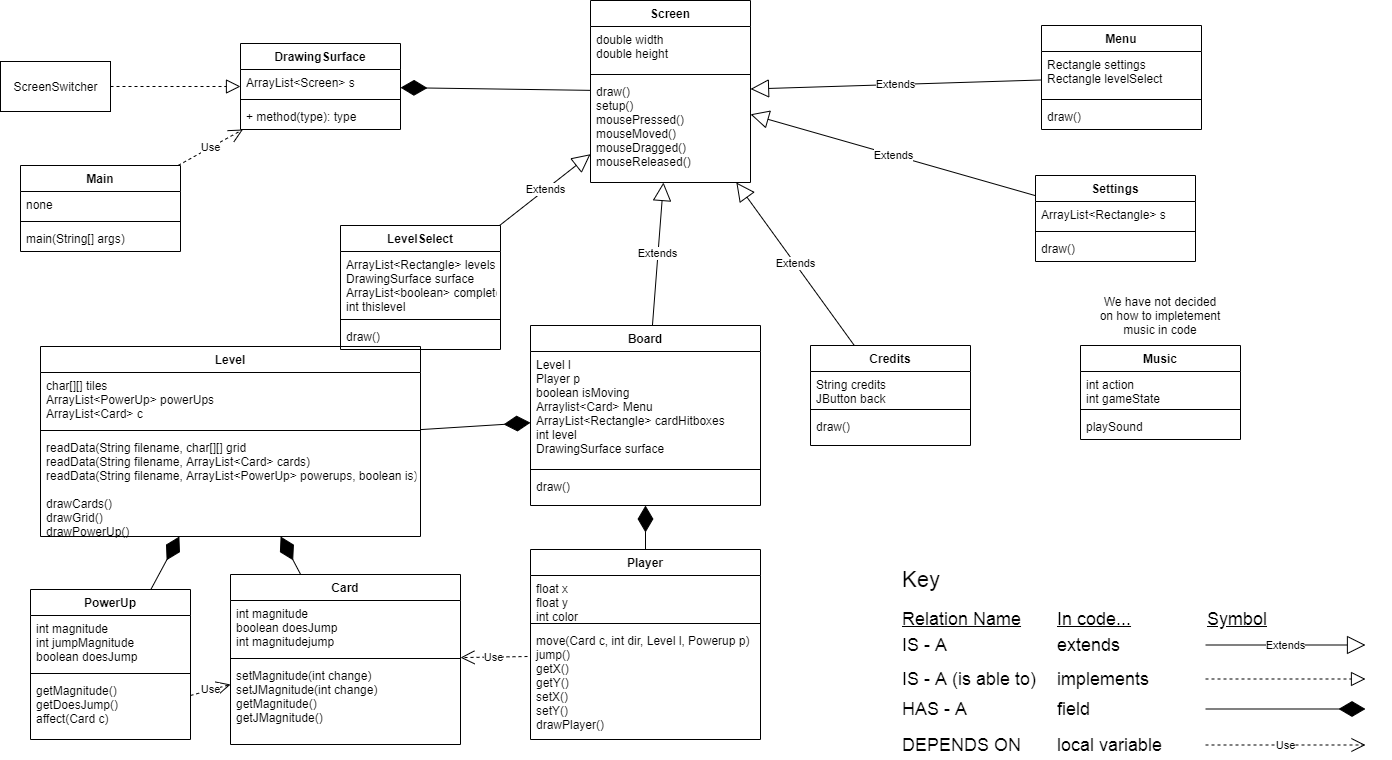
Above: MiniGolf/doc/Mini Golf UML.png in HHSAPCompSci2020/capstone-project-asp (draw.io), before the change. Source tidied: cells renumbered, new cells last; positions are measured from the earlier drawing's top-left corner, leaving out a move shared by most shapes.
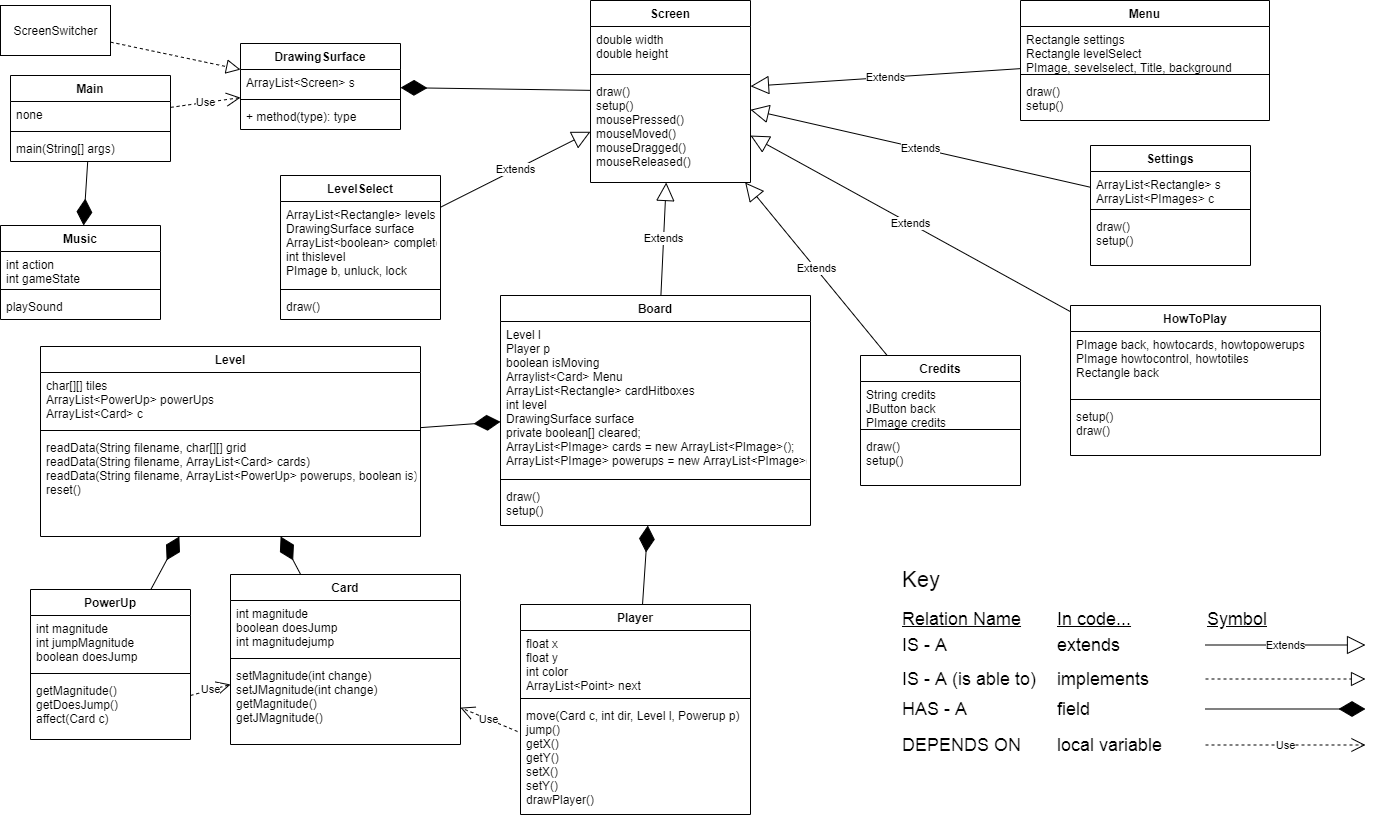
The same file after the commit.

The edit, as a diff of the source:
```diff
@@ -3,16 +3,16 @@
     <mxCell id="0" />
     <mxCell id="1" parent="0" />
     <mxCell id="2" value="Menu" style="swimlane;fontStyle=1;align=center;verticalAlign=top;horizontal=1;startSize=26;" parent="1" vertex="1">
-      <mxGeometry x="1041" y="25" width="160" height="104" as="geometry" />
+      <mxGeometry x="1020" width="249" height="120" as="geometry" />
     </mxCell>
-    <mxCell id="3" value="Rectangle settings&#10;Rectangle levelSelect" style="text;strokeColor=none;fillColor=none;align=left;verticalAlign=top;spacingLeft=4;spacingRight=4;overflow=hidden;" parent="2" vertex="1">
-      <mxGeometry y="26" width="160" height="44" as="geometry" />
+    <mxCell id="3" value="Rectangle settings&#10;Rectangle levelSelect&#10;PImage, sevelselect, Title, background" style="text;strokeColor=none;fillColor=none;align=left;verticalAlign=top;spacingLeft=4;spacingRight=4;overflow=hidden;" parent="2" vertex="1">
+      <mxGeometry y="26" width="249" height="44" as="geometry" />
     </mxCell>
     <mxCell id="4" style="line;strokeWidth=1;fillColor=none;align=left;verticalAlign=middle;spacingTop=-1;spacingLeft=3;spacingRight=3;labelPosition=right;" parent="2" vertex="1">
-      <mxGeometry y="70" width="160" height="8" as="geometry" />
+      <mxGeometry y="70" width="249" height="8" as="geometry" />
     </mxCell>
-    <mxCell id="5" value="draw()" style="text;strokeColor=none;fillColor=none;align=left;verticalAlign=top;spacingLeft=4;spacingRight=4;overflow=hidden;" parent="2" vertex="1">
-      <mxGeometry y="78" width="160" height="26" as="geometry" />
+    <mxCell id="5" value="draw()&#10;setup()" style="text;strokeColor=none;fillColor=none;align=left;verticalAlign=top;spacingLeft=4;spacingRight=4;overflow=hidden;" parent="2" vertex="1">
+      <mxGeometry y="78" width="249" height="42" as="geometry" />
     </mxCell>
     <mxCell id="6" value="Level" style="swimlane;fontStyle=1;align=center;verticalAlign=top;horizontal=1;startSize=26;" parent="1" vertex="1">
       <mxGeometry x="40" y="346" width="380" height="190" as="geometry" />
@@ -23,11 +23,11 @@
     <mxCell id="8" style="line;strokeWidth=1;fillColor=none;align=left;verticalAlign=middle;spacingTop=-1;spacingLeft=3;spacingRight=3;labelPosition=right;" parent="6" vertex="1">
       <mxGeometry y="80" width="380" height="8" as="geometry" />
     </mxCell>
-    <mxCell id="9" value="readData(String filename, char[][] grid&#10;readData(String filename, ArrayList&lt;Card&gt; cards)&#10;readData(String filename, ArrayList&lt;PowerUp&gt; powerups, boolean is)&#10;&#10;drawCards()&#10;drawGrid()&#10;drawPowerUp()" style="text;strokeColor=none;fillColor=none;align=left;verticalAlign=top;spacingLeft=4;spacingRight=4;overflow=hidden;" parent="6" vertex="1">
+    <mxCell id="9" value="readData(String filename, char[][] grid&#10;readData(String filename, ArrayList&lt;Card&gt; cards)&#10;readData(String filename, ArrayList&lt;PowerUp&gt; powerups, boolean is)&#10;reset()" style="text;strokeColor=none;fillColor=none;align=left;verticalAlign=top;spacingLeft=4;spacingRight=4;overflow=hidden;" parent="6" vertex="1">
       <mxGeometry y="88" width="380" height="102" as="geometry" />
     </mxCell>
     <mxCell id="10" value="Music" style="swimlane;fontStyle=1;align=center;verticalAlign=top;horizontal=1;startSize=26;" parent="1" vertex="1">
-      <mxGeometry x="1080" y="345" width="160" height="94" as="geometry" />
+      <mxGeometry y="225" width="160" height="94" as="geometry" />
     </mxCell>
     <mxCell id="11" value="int action&#10;int gameState" style="text;strokeColor=none;fillColor=none;align=left;verticalAlign=top;spacingLeft=4;spacingRight=4;overflow=hidden;" parent="10" vertex="1">
       <mxGeometry y="26" width="160" height="34" as="geometry" />
@@ -39,52 +39,52 @@
       <mxGeometry y="68" width="160" height="26" as="geometry" />
     </mxCell>
     <mxCell id="14" value="Board" style="swimlane;fontStyle=1;align=center;verticalAlign=top;horizontal=1;startSize=26;" parent="1" vertex="1">
-      <mxGeometry x="530" y="325" width="230" height="180" as="geometry" />
+      <mxGeometry x="500" y="295" width="310" height="230" as="geometry" />
     </mxCell>
-    <mxCell id="15" value="Level l&#10;Player p&#10;boolean isMoving&#10;Arraylist&lt;Card&gt; Menu&#10;ArrayList&lt;Rectangle&gt; cardHitboxes&#10;int level&#10;DrawingSurface surface" style="text;strokeColor=none;fillColor=none;align=left;verticalAlign=top;spacingLeft=4;spacingRight=4;overflow=hidden;" parent="14" vertex="1">
-      <mxGeometry y="26" width="230" height="114" as="geometry" />
+    <mxCell id="15" value="Level l&#10;Player p&#10;boolean isMoving&#10;Arraylist&lt;Card&gt; Menu&#10;ArrayList&lt;Rectangle&gt; cardHitboxes&#10;int level&#10;DrawingSurface surface&#10;private boolean[] cleared;&#10;ArrayList&lt;PImage&gt; cards = new ArrayList&lt;PImage&gt;();&#10;ArrayList&lt;PImage&gt; powerups = new ArrayList&lt;PImage&gt;();" style="text;strokeColor=none;fillColor=none;align=left;verticalAlign=top;spacingLeft=4;spacingRight=4;overflow=hidden;" parent="14" vertex="1">
+      <mxGeometry y="26" width="310" height="154" as="geometry" />
     </mxCell>
     <mxCell id="16" style="line;strokeWidth=1;fillColor=none;align=left;verticalAlign=middle;spacingTop=-1;spacingLeft=3;spacingRight=3;labelPosition=right;" parent="14" vertex="1">
-      <mxGeometry y="140" width="230" height="8" as="geometry" />
+      <mxGeometry y="180" width="310" height="8" as="geometry" />
     </mxCell>
-    <mxCell id="17" value="draw()&#10;" style="text;strokeColor=none;fillColor=none;align=left;verticalAlign=top;spacingLeft=4;spacingRight=4;overflow=hidden;" parent="14" vertex="1">
-      <mxGeometry y="148" width="230" height="32" as="geometry" />
+    <mxCell id="17" value="draw()&#10;setup()" style="text;strokeColor=none;fillColor=none;align=left;verticalAlign=top;spacingLeft=4;spacingRight=4;overflow=hidden;" parent="14" vertex="1">
+      <mxGeometry y="188" width="310" height="42" as="geometry" />
     </mxCell>
     <mxCell id="18" value="Credits" style="swimlane;fontStyle=1;align=center;verticalAlign=top;horizontal=1;startSize=26;" parent="1" vertex="1">
-      <mxGeometry x="810" y="345" width="160" height="100" as="geometry" />
+      <mxGeometry x="860" y="355" width="160" height="130" as="geometry" />
     </mxCell>
-    <mxCell id="19" value="String credits&#10;JButton back" style="text;strokeColor=none;fillColor=none;align=left;verticalAlign=top;spacingLeft=4;spacingRight=4;overflow=hidden;" parent="18" vertex="1">
-      <mxGeometry y="26" width="160" height="34" as="geometry" />
+    <mxCell id="19" value="String credits&#10;JButton back&#10;PImage credits" style="text;strokeColor=none;fillColor=none;align=left;verticalAlign=top;spacingLeft=4;spacingRight=4;overflow=hidden;" parent="18" vertex="1">
+      <mxGeometry y="26" width="160" height="44" as="geometry" />
     </mxCell>
     <mxCell id="20" style="line;strokeWidth=1;fillColor=none;align=left;verticalAlign=middle;spacingTop=-1;spacingLeft=3;spacingRight=3;labelPosition=right;" parent="18" vertex="1">
-      <mxGeometry y="60" width="160" height="8" as="geometry" />
+      <mxGeometry y="70" width="160" height="8" as="geometry" />
     </mxCell>
-    <mxCell id="21" value="draw()" style="text;strokeColor=none;fillColor=none;align=left;verticalAlign=top;spacingLeft=4;spacingRight=4;overflow=hidden;" parent="18" vertex="1">
-      <mxGeometry y="68" width="160" height="32" as="geometry" />
+    <mxCell id="21" value="draw()&#10;setup()" style="text;strokeColor=none;fillColor=none;align=left;verticalAlign=top;spacingLeft=4;spacingRight=4;overflow=hidden;" parent="18" vertex="1">
+      <mxGeometry y="78" width="160" height="52" as="geometry" />
     </mxCell>
     <mxCell id="22" value="Settings" style="swimlane;fontStyle=1;align=center;verticalAlign=top;horizontal=1;startSize=26;" parent="1" vertex="1">
-      <mxGeometry x="1035" y="175" width="160" height="86" as="geometry" />
+      <mxGeometry x="1090" y="145" width="160" height="120" as="geometry" />
     </mxCell>
-    <mxCell id="23" value="ArrayList&lt;Rectangle&gt; s" style="text;strokeColor=none;fillColor=none;align=left;verticalAlign=top;spacingLeft=4;spacingRight=4;overflow=hidden;" parent="22" vertex="1">
-      <mxGeometry y="26" width="160" height="26" as="geometry" />
+    <mxCell id="23" value="ArrayList&lt;Rectangle&gt; s&#10;ArrayList&lt;PImages&gt; c" style="text;strokeColor=none;fillColor=none;align=left;verticalAlign=top;spacingLeft=4;spacingRight=4;overflow=hidden;" parent="22" vertex="1">
+      <mxGeometry y="26" width="160" height="34" as="geometry" />
     </mxCell>
     <mxCell id="24" style="line;strokeWidth=1;fillColor=none;align=left;verticalAlign=middle;spacingTop=-1;spacingLeft=3;spacingRight=3;labelPosition=right;" parent="22" vertex="1">
-      <mxGeometry y="52" width="160" height="8" as="geometry" />
+      <mxGeometry y="60" width="160" height="8" as="geometry" />
     </mxCell>
-    <mxCell id="25" value="draw()" style="text;strokeColor=none;fillColor=none;align=left;verticalAlign=top;spacingLeft=4;spacingRight=4;overflow=hidden;" parent="22" vertex="1">
-      <mxGeometry y="60" width="160" height="26" as="geometry" />
+    <mxCell id="25" value="draw()&#10;setup()" style="text;strokeColor=none;fillColor=none;align=left;verticalAlign=top;spacingLeft=4;spacingRight=4;overflow=hidden;" parent="22" vertex="1">
+      <mxGeometry y="68" width="160" height="52" as="geometry" />
     </mxCell>
     <mxCell id="26" value="Player" style="swimlane;fontStyle=1;align=center;verticalAlign=top;horizontal=1;startSize=26;" parent="1" vertex="1">
-      <mxGeometry x="530" y="549" width="230" height="190" as="geometry" />
+      <mxGeometry x="520" y="604" width="230" height="210" as="geometry" />
     </mxCell>
-    <mxCell id="27" value="float x&#10;float y&#10;int color" style="text;strokeColor=none;fillColor=none;align=left;verticalAlign=top;spacingLeft=4;spacingRight=4;overflow=hidden;" parent="26" vertex="1">
-      <mxGeometry y="26" width="230" height="44" as="geometry" />
+    <mxCell id="27" value="float x&#10;float y&#10;int color&#10;ArrayList&lt;Point&gt; next" style="text;strokeColor=none;fillColor=none;align=left;verticalAlign=top;spacingLeft=4;spacingRight=4;overflow=hidden;" parent="26" vertex="1">
+      <mxGeometry y="26" width="230" height="64" as="geometry" />
     </mxCell>
     <mxCell id="28" style="line;strokeWidth=1;fillColor=none;align=left;verticalAlign=middle;spacingTop=-1;spacingLeft=3;spacingRight=3;labelPosition=right;" parent="26" vertex="1">
-      <mxGeometry y="70" width="230" height="8" as="geometry" />
+      <mxGeometry y="90" width="230" height="8" as="geometry" />
     </mxCell>
     <mxCell id="29" value="move(Card c, int dir, Level l, Powerup p)&#10;jump()&#10;getX()&#10;getY()&#10;setX()&#10;setY()&#10;drawPlayer()" style="text;strokeColor=none;fillColor=none;align=left;verticalAlign=top;spacingLeft=4;spacingRight=4;overflow=hidden;points=[[0,0.5],[1,0.5]];portConstraint=eastwest;" parent="26" vertex="1">
-      <mxGeometry y="78" width="230" height="112" as="geometry" />
+      <mxGeometry y="98" width="230" height="112" as="geometry" />
     </mxCell>
     <mxCell id="30" value="Card" style="swimlane;fontStyle=1;align=center;verticalAlign=top;horizontal=1;startSize=26;" parent="1" vertex="1">
       <mxGeometry x="230" y="574" width="230" height="170" as="geometry" />
@@ -111,7 +111,7 @@
       <mxGeometry y="88" width="160" height="62" as="geometry" />
     </mxCell>
     <mxCell id="38" value="Main" style="swimlane;fontStyle=1;align=center;verticalAlign=top;horizontal=1;startSize=26;" parent="1" vertex="1">
-      <mxGeometry x="20" y="165" width="160" height="86" as="geometry" />
+      <mxGeometry x="10" y="75" width="160" height="86" as="geometry" />
     </mxCell>
     <mxCell id="39" value="none" style="text;strokeColor=none;fillColor=none;align=left;verticalAlign=top;spacingLeft=4;spacingRight=4;overflow=hidden;" parent="38" vertex="1">
       <mxGeometry y="26" width="160" height="26" as="geometry" />
@@ -123,7 +123,7 @@
       <mxGeometry y="60" width="160" height="26" as="geometry" />
     </mxCell>
     <mxCell id="42" value="ScreenSwitcher" style="html=1;" parent="1" vertex="1">
-      <mxGeometry y="61" width="110" height="50" as="geometry" />
+      <mxGeometry y="5" width="110" height="50" as="geometry" />
     </mxCell>
     <mxCell id="43" style="endArrow=diamondThin;endFill=1;endSize=24;html=1;" parent="1" edge="1" source="30" target="6">
       <mxGeometry relative="1" as="geometry" />
@@ -195,16 +195,16 @@
       <mxGeometry relative="1" as="geometry" />
     </mxCell>
     <mxCell id="62" value="LevelSelect" style="swimlane;fontStyle=1;align=center;verticalAlign=top;horizontal=1;startSize=26;" parent="1" vertex="1">
-      <mxGeometry x="340" y="225" width="160" height="124" as="geometry" />
+      <mxGeometry x="280" y="175" width="160" height="144" as="geometry" />
     </mxCell>
-    <mxCell id="63" value="ArrayList&lt;Rectangle&gt; levels&#10;DrawingSurface surface&#10;ArrayList&lt;boolean&gt; completed&#10;int thislevel" style="text;strokeColor=none;fillColor=none;align=left;verticalAlign=top;spacingLeft=4;spacingRight=4;overflow=hidden;" parent="62" vertex="1">
-      <mxGeometry y="26" width="160" height="64" as="geometry" />
+    <mxCell id="63" value="ArrayList&lt;Rectangle&gt; levels&#10;DrawingSurface surface&#10;ArrayList&lt;boolean&gt; completed&#10;int thislevel&#10;PImage b, unluck, lock&#10;" style="text;strokeColor=none;fillColor=none;align=left;verticalAlign=top;spacingLeft=4;spacingRight=4;overflow=hidden;" parent="62" vertex="1">
+      <mxGeometry y="26" width="160" height="84" as="geometry" />
     </mxCell>
     <mxCell id="64" style="line;strokeWidth=1;fillColor=none;align=left;verticalAlign=middle;spacingTop=-1;spacingLeft=3;spacingRight=3;labelPosition=right;" parent="62" vertex="1">
-      <mxGeometry y="90" width="160" height="8" as="geometry" />
+      <mxGeometry y="110" width="160" height="8" as="geometry" />
     </mxCell>
     <mxCell id="65" value="draw()" style="text;strokeColor=none;fillColor=none;align=left;verticalAlign=top;spacingLeft=4;spacingRight=4;overflow=hidden;" parent="62" vertex="1">
-      <mxGeometry y="98" width="160" height="26" as="geometry" />
+      <mxGeometry y="118" width="160" height="26" as="geometry" />
     </mxCell>
     <mxCell id="66" value="Use" style="endArrow=open;endSize=12;dashed=1;html=1;exitX=-0.013;exitY=0.259;exitDx=0;exitDy=0;exitPerimeter=0;" parent="1" edge="1" source="29" target="30">
       <mxGeometry relative="1" as="geometry" />
@@ -263,8 +263,23 @@
     <mxCell id="84" value="Use" style="endArrow=open;endSize=12;dashed=1;html=1;exitX=1;exitY=0.29;exitDx=0;exitDy=0;exitPerimeter=0;entryX=0;entryY=0.268;entryDx=0;entryDy=0;entryPerimeter=0;" parent="1" edge="1" source="37" target="33">
       <mxGeometry relative="1" as="geometry" />
     </mxCell>
-    <mxCell id="85" value="We have not decided on how to impletement music in code" style="text;html=1;strokeColor=none;fillColor=none;align=center;verticalAlign=middle;whiteSpace=wrap;rounded=0;" parent="1" vertex="1">
-      <mxGeometry x="1095" y="285" width="130" height="60" as="geometry" />
-    </mxCell>
+    <mxCell id="86" style="endArrow=diamondThin;endFill=1;endSize=24;html=1;" parent="1" edge="1" source="38" target="10">
+      <mxGeometry relative="1" as="geometry" />
+    </mxCell>
+    <mxCell id="87" value="HowToPlay" style="swimlane;fontStyle=1;align=center;verticalAlign=top;horizontal=1;startSize=26;" parent="1" vertex="1">
+      <mxGeometry x="1070" y="305" width="250" height="150" as="geometry" />
+    </mxCell>
+    <mxCell id="88" value="PImage back, howtocards, howtopowerups&#10;PImage howtocontrol, howtotiles&#10;Rectangle back" style="text;strokeColor=none;fillColor=none;align=left;verticalAlign=top;spacingLeft=4;spacingRight=4;overflow=hidden;" parent="87" vertex="1">
+      <mxGeometry y="26" width="250" height="64" as="geometry" />
+    </mxCell>
+    <mxCell id="89" style="line;strokeWidth=1;fillColor=none;align=left;verticalAlign=middle;spacingTop=-1;spacingLeft=3;spacingRight=3;labelPosition=right;" parent="87" vertex="1">
+      <mxGeometry y="90" width="250" height="8" as="geometry" />
+    </mxCell>
+    <mxCell id="90" value="setup()&#10;draw()" style="text;strokeColor=none;fillColor=none;align=left;verticalAlign=top;spacingLeft=4;spacingRight=4;overflow=hidden;" parent="87" vertex="1">
+      <mxGeometry y="98" width="250" height="52" as="geometry" />
+    </mxCell>
+    <mxCell id="91" value="Extends" style="endArrow=block;endSize=16;endFill=0;html=1;" parent="1" edge="1" source="87" target="73">
+      <mxGeometry relative="1" as="geometry" />
+    </mxCell>
   </root>
 </mxGraphModel>
```
